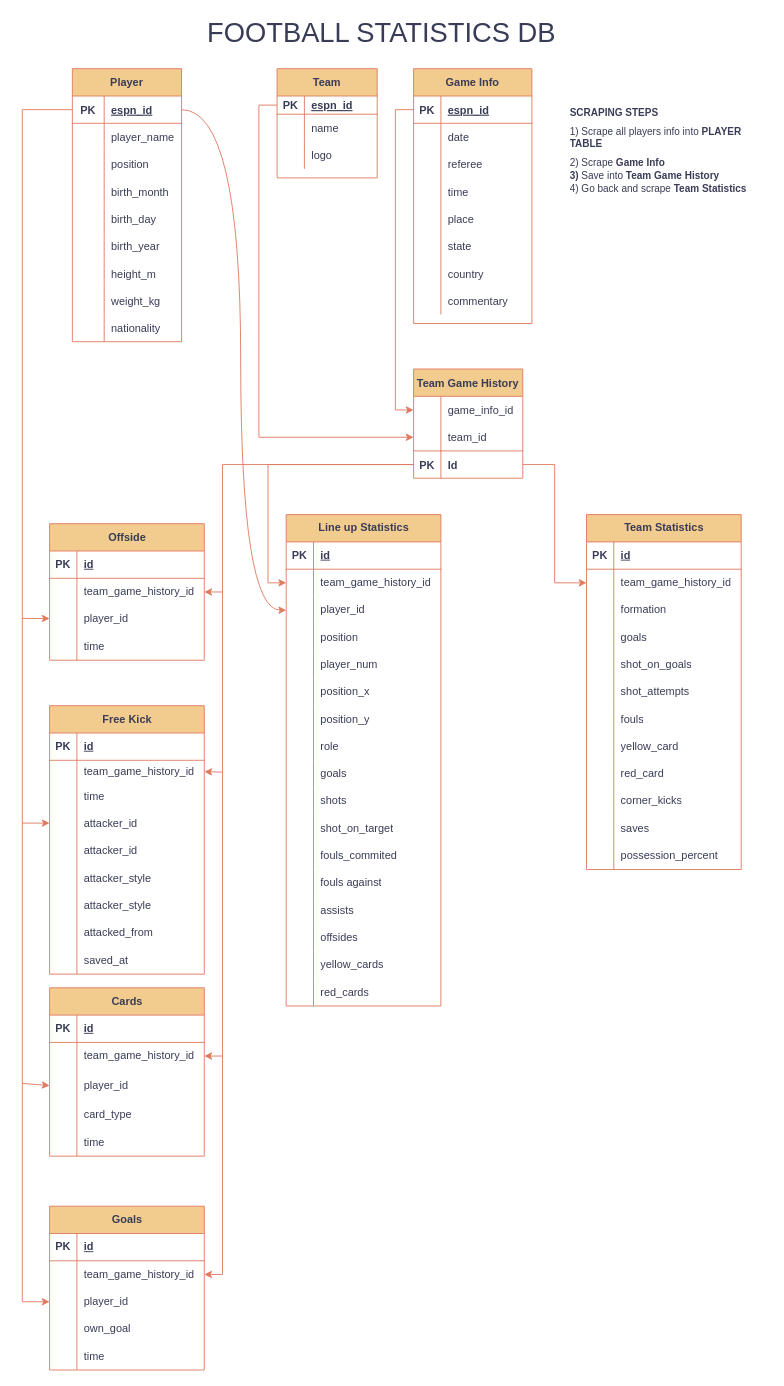
Before: Untitled Diagram.drawio in DDstar1/espn, a draw.io diagram. Source tidied: cells renumbered, new cells numbered last; positions are measured from the earlier drawing's top-left corner, leaving out a move shared by most shapes. Both pictures are drawn from the tidied source at 91%, with x=0, y=0 at pixel (22, 18).
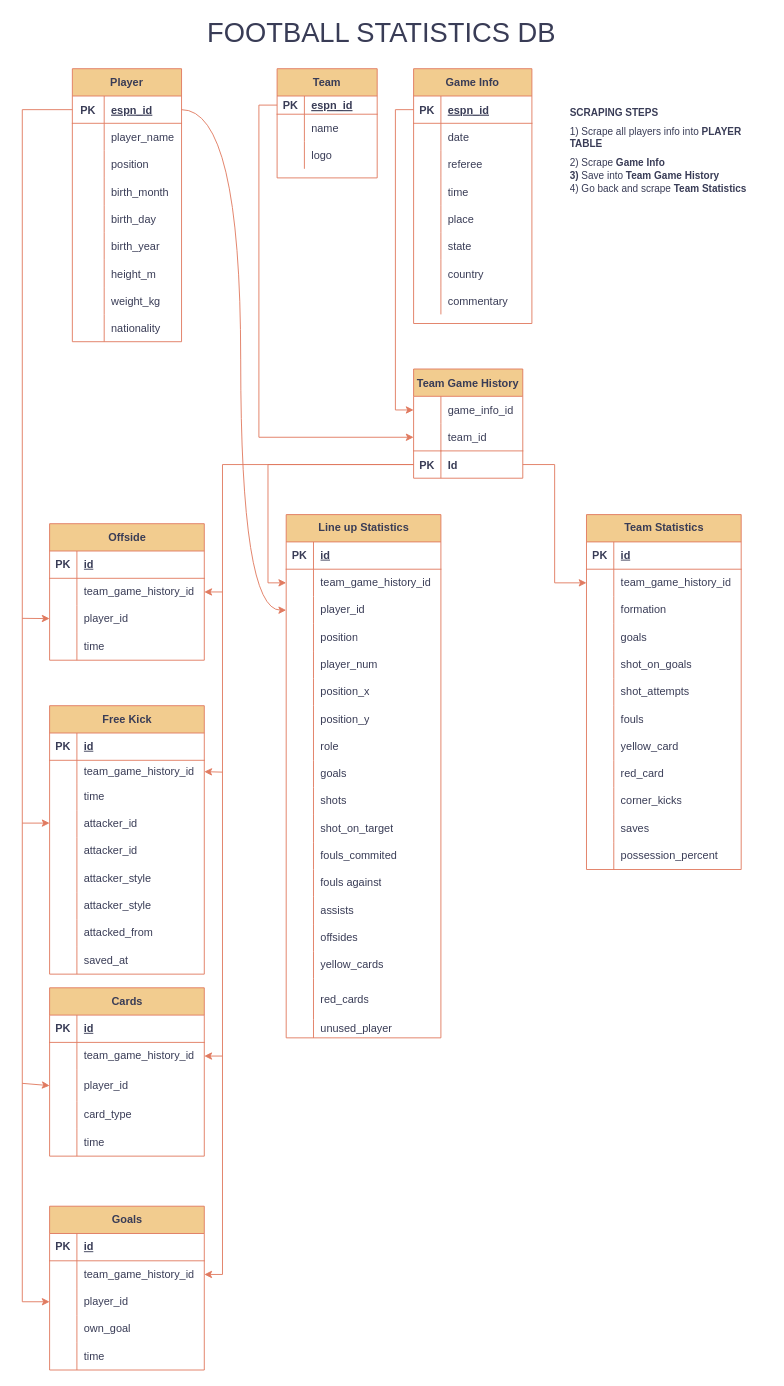
After the change.

The edit, as a diff of the source:
```diff
@@
     <mxCell id="188" value="Line up Statistics" style="shape=table;startSize=30;childLayout=tableLayout;rowLines=0;fontStyle=1;align=center;html=1;labelBackgroundColor=none;fillColor=#F2CC8F;strokeColor=#E07A5F;fontColor=#393C56;" parent="1" vertex="1">
-      <mxGeometry x="290" y="545" width="170" height="540" as="geometry" />
+      <mxGeometry x="290" y="545" width="170" height="575" as="geometry" />
     </mxCell>
@@
     <mxCell id="237" style="shape=tableRow;horizontal=0;startSize=0;swimlaneHead=0;swimlaneBody=0;fillColor=none;top=0;left=0;right=0;bottom=0;labelBackgroundColor=none;strokeColor=#E07A5F;fontColor=#393C56;" parent="188" vertex="1">
-      <mxGeometry y="510" width="170" height="30" as="geometry" />
+      <mxGeometry y="510" width="170" height="45" as="geometry" />
     </mxCell>
     <mxCell id="238" style="shape=partialRectangle;fillColor=none;top=0;left=0;bottom=0;right=0;overflow=hidden;whiteSpace=wrap;html=1;labelBackgroundColor=none;strokeColor=#E07A5F;fontColor=#393C56;" parent="237" vertex="1">
-      <mxGeometry width="30" height="30" as="geometry" />
+      <mxGeometry width="30" height="45" as="geometry" />
     </mxCell>
     <mxCell id="239" value="red_cards" style="shape=partialRectangle;fillColor=none;top=0;left=0;bottom=0;right=0;align=left;spacingLeft=6;overflow=hidden;whiteSpace=wrap;html=1;labelBackgroundColor=none;strokeColor=#E07A5F;fontColor=#393C56;" parent="237" vertex="1">
-      <mxGeometry x="30" width="140" height="30" as="geometry" />
+      <mxGeometry x="30" width="140" height="45" as="geometry" />
     </mxCell>
+    <mxCell id="253" style="shape=tableRow;horizontal=0;startSize=0;swimlaneHead=0;swimlaneBody=0;fillColor=none;top=0;left=0;right=0;bottom=0;labelBackgroundColor=none;strokeColor=#E07A5F;fontColor=#393C56;" parent="188" vertex="1">
+      <mxGeometry y="555" width="170" height="20" as="geometry" />
+    </mxCell>
+    <mxCell id="254" style="shape=partialRectangle;fillColor=none;top=0;left=0;bottom=0;right=0;overflow=hidden;whiteSpace=wrap;html=1;labelBackgroundColor=none;strokeColor=#E07A5F;fontColor=#393C56;" parent="253" vertex="1">
+      <mxGeometry width="30" height="20" as="geometry" />
+    </mxCell>
+    <mxCell id="255" value="unused_player" style="shape=partialRectangle;fillColor=none;top=0;left=0;bottom=0;right=0;align=left;spacingLeft=6;overflow=hidden;whiteSpace=wrap;html=1;labelBackgroundColor=none;strokeColor=#E07A5F;fontColor=#393C56;" parent="253" vertex="1">
+      <mxGeometry x="30" width="140" height="20" as="geometry" />
+    </mxCell>
```
